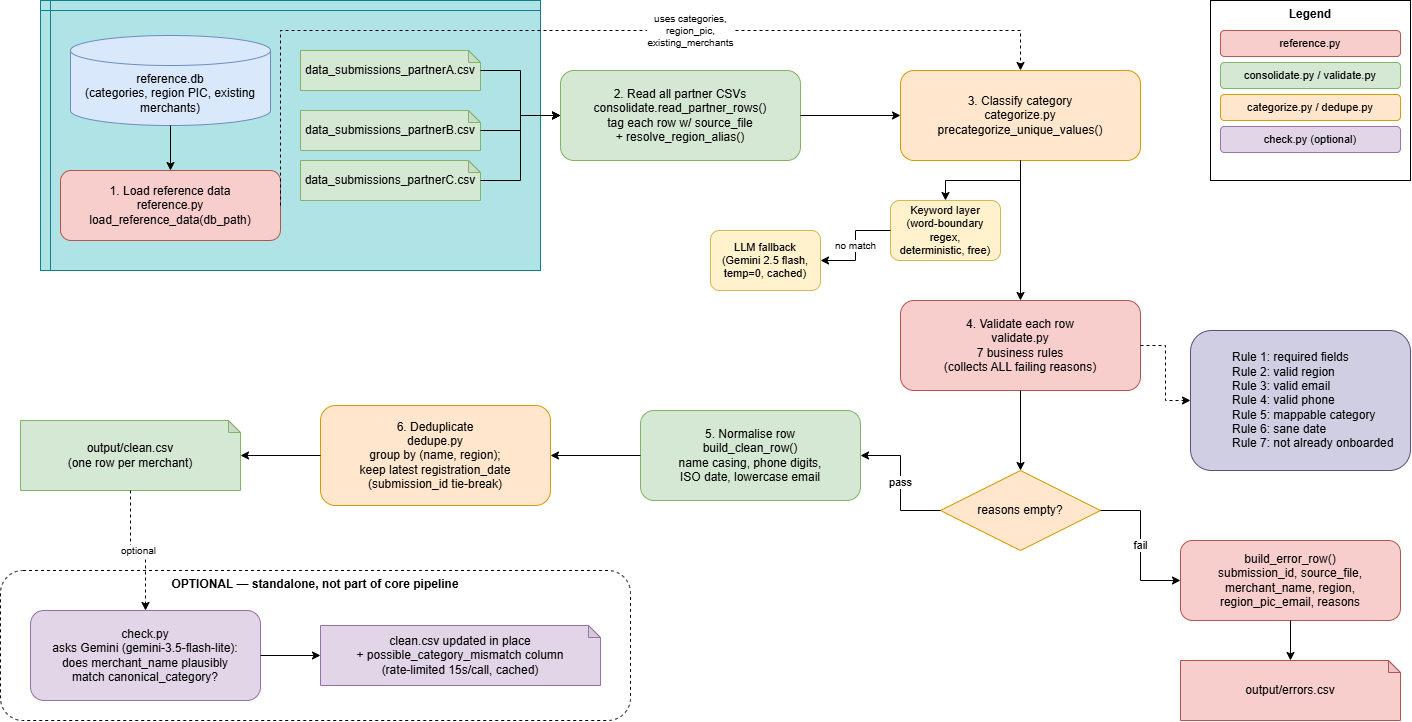
benlim2002/merch-consolidate keeps this draw.io diagram as images/workflow.png. Above is the earlier version. Source tidied: cells renumbered, new cells last; positions are measured from the earlier drawing's top-left corner, leaving out a move shared by most shapes.
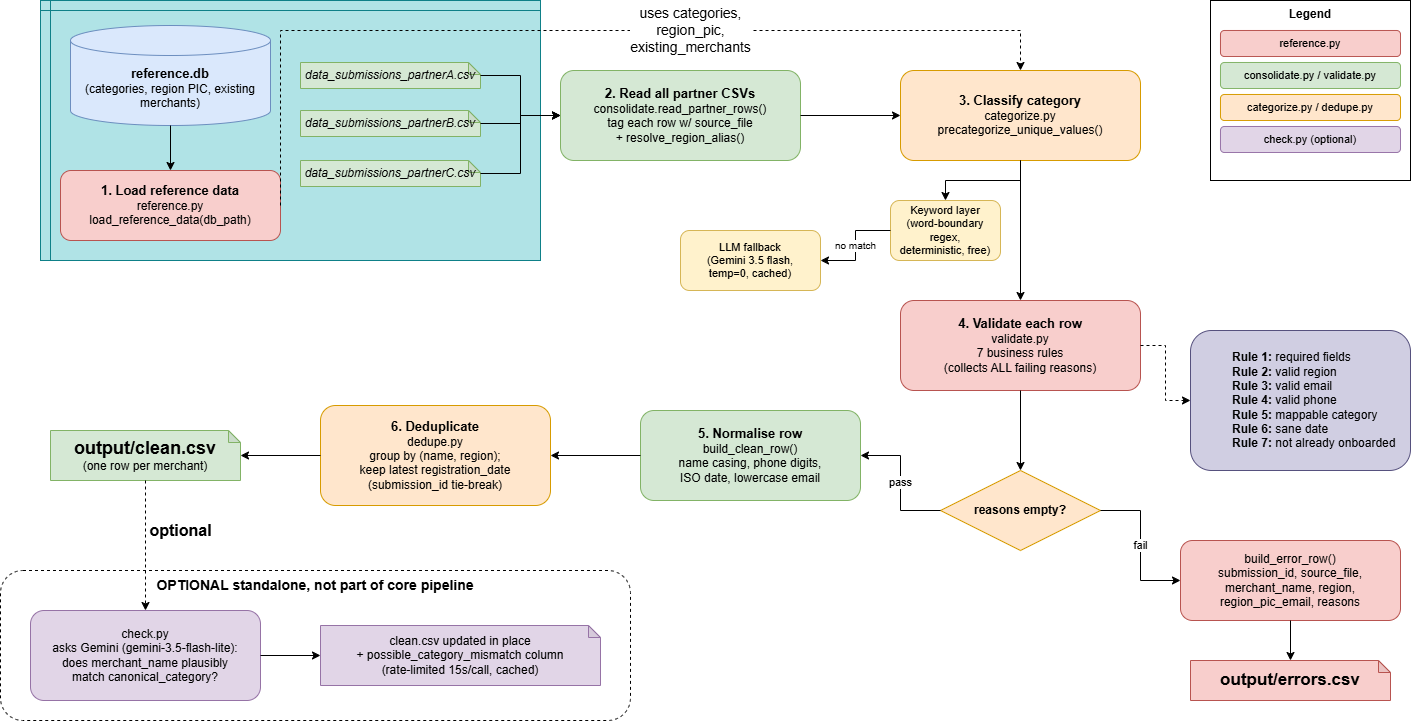
The same file after the commit.

Commit message:
Updated Workflow Structure for visibility.

Diff of the diagram source:
```diff
@@ -3,34 +3,34 @@
     <mxCell id="0" />
     <mxCell id="1" parent="0" />
     <mxCell id="2" style="shape=internalStorage;whiteSpace=wrap;html=1;backgroundOutline=1;fillColor=#b0e3e6;strokeColor=#0e8088;dx=10;dy=10;" parent="1" vertex="1">
-      <mxGeometry x="40" width="500" height="270" as="geometry" />
+      <mxGeometry x="40" width="500" height="260" as="geometry" />
     </mxCell>
-    <mxCell id="3" value="reference.db&#10;(categories, region PIC, existing merchants)" style="shape=cylinder3;whiteSpace=wrap;html=1;boundedLbl=1;backgroundOutline=1;size=15;fillColor=#dae8fc;strokeColor=#6c8ebf;" parent="1" vertex="1">
-      <mxGeometry x="70" y="35" width="200" height="90" as="geometry" />
+    <mxCell id="3" value="&lt;font style=&quot;font-size: 13px;&quot;&gt;&lt;b&gt;reference.db&lt;/b&gt;&lt;br&gt;&lt;/font&gt;(categories, region PIC, existing merchants)" style="shape=cylinder3;whiteSpace=wrap;html=1;boundedLbl=1;backgroundOutline=1;size=15;fillColor=#dae8fc;strokeColor=#6c8ebf;" parent="1" vertex="1">
+      <mxGeometry x="70" y="25" width="200" height="100" as="geometry" />
     </mxCell>
-    <mxCell id="4" value="data_submissions_partnerA.csv" style="shape=note;whiteSpace=wrap;html=1;backgroundOutline=1;darkOpacity=0.05;fillColor=#d5e8d4;strokeColor=#82b366;size=12;" parent="1" vertex="1">
-      <mxGeometry x="300" y="50" width="180" height="40" as="geometry" />
+    <mxCell id="4" value="&lt;i style=&quot;&quot;&gt;data_submissions_partnerA.csv&lt;/i&gt;" style="shape=note;whiteSpace=wrap;html=1;backgroundOutline=1;darkOpacity=0.05;fillColor=#d5e8d4;strokeColor=#82b366;size=12;" parent="1" vertex="1">
+      <mxGeometry x="300" y="62" width="180" height="26" as="geometry" />
     </mxCell>
-    <mxCell id="5" value="data_submissions_partnerB.csv" style="shape=note;whiteSpace=wrap;html=1;backgroundOutline=1;darkOpacity=0.05;fillColor=#d5e8d4;strokeColor=#82b366;size=12;" parent="1" vertex="1">
-      <mxGeometry x="300" y="110" width="180" height="40" as="geometry" />
+    <mxCell id="5" value="&lt;i&gt;data_submissions_partnerB.csv&lt;/i&gt;" style="shape=note;whiteSpace=wrap;html=1;backgroundOutline=1;darkOpacity=0.05;fillColor=#d5e8d4;strokeColor=#82b366;size=12;" parent="1" vertex="1">
+      <mxGeometry x="300" y="110" width="180" height="26" as="geometry" />
     </mxCell>
-    <mxCell id="6" value="data_submissions_partnerC.csv" style="shape=note;whiteSpace=wrap;html=1;backgroundOutline=1;darkOpacity=0.05;fillColor=#d5e8d4;strokeColor=#82b366;size=12;" parent="1" vertex="1">
-      <mxGeometry x="300" y="160" width="180" height="40" as="geometry" />
+    <mxCell id="6" value="&lt;i&gt;data_submissions_partnerC.csv&lt;/i&gt;" style="shape=note;whiteSpace=wrap;html=1;backgroundOutline=1;darkOpacity=0.05;fillColor=#d5e8d4;strokeColor=#82b366;size=12;" parent="1" vertex="1">
+      <mxGeometry x="300" y="160" width="180" height="26" as="geometry" />
     </mxCell>
-    <mxCell id="7" value="1. Load reference data&#10;reference.py&#10;load_reference_data(db_path)" style="rounded=1;whiteSpace=wrap;html=1;fillColor=#f8cecc;strokeColor=#b85450;" parent="1" vertex="1">
+    <mxCell id="7" value="&lt;font style=&quot;font-size: 13px;&quot;&gt;&lt;b&gt;1. Load reference data&lt;/b&gt;&lt;br&gt;&lt;/font&gt;reference.py&lt;br&gt;load_reference_data(db_path)" style="rounded=1;whiteSpace=wrap;html=1;fillColor=#f8cecc;strokeColor=#b85450;" parent="1" vertex="1">
       <mxGeometry x="60" y="170" width="220" height="70" as="geometry" />
     </mxCell>
-    <mxCell id="8" value="2. Read all partner CSVs&#10;consolidate.read_partner_rows()&#10;tag each row w/ source_file&#10;+ resolve_region_alias()" style="rounded=1;whiteSpace=wrap;html=1;fillColor=#d5e8d4;strokeColor=#82b366;" parent="1" vertex="1">
+    <mxCell id="8" value="&lt;font style=&quot;font-size: 13px;&quot;&gt;&lt;b&gt;2. Read all partner CSVs&lt;/b&gt;&lt;br&gt;&lt;/font&gt;consolidate.read_partner_rows()&lt;br&gt;tag each row w/ source_file&lt;br&gt;+ resolve_region_alias()" style="rounded=1;whiteSpace=wrap;html=1;fillColor=#d5e8d4;strokeColor=#82b366;" parent="1" vertex="1">
       <mxGeometry x="560" y="70" width="240" height="90" as="geometry" />
     </mxCell>
-    <mxCell id="9" value="3. Classify category&#10;categorize.py&#10;precategorize_unique_values()" style="rounded=1;whiteSpace=wrap;html=1;fillColor=#ffe6cc;strokeColor=#d79b00;" parent="1" vertex="1">
+    <mxCell id="9" value="&lt;b&gt;&lt;font style=&quot;font-size: 13px;&quot;&gt;3. Classify category&lt;/font&gt;&lt;/b&gt;&lt;br&gt;categorize.py&lt;br&gt;precategorize_unique_values()" style="rounded=1;whiteSpace=wrap;html=1;fillColor=#ffe6cc;strokeColor=#d79b00;" parent="1" vertex="1">
       <mxGeometry x="900" y="70" width="240" height="90" as="geometry" />
     </mxCell>
     <mxCell id="10" value="Keyword layer&#10;(word-boundary regex,&#10;deterministic, free)" style="rounded=1;whiteSpace=wrap;html=1;fillColor=#fff2cc;strokeColor=#d6b656;fontSize=11;" parent="1" vertex="1">
       <mxGeometry x="890" y="200" width="110" height="60" as="geometry" />
     </mxCell>
-    <mxCell id="11" value="LLM fallback&#10;(Gemini 2.5 flash,&#10;temp=0, cached)" style="rounded=1;whiteSpace=wrap;html=1;fillColor=#fff2cc;strokeColor=#d6b656;fontSize=11;" parent="1" vertex="1">
-      <mxGeometry x="710" y="230" width="110" height="60" as="geometry" />
+    <mxCell id="11" value="LLM fallback&lt;br&gt;(Gemini 3.5 flash,&lt;br&gt;temp=0, cached)" style="rounded=1;whiteSpace=wrap;html=1;fillColor=#fff2cc;strokeColor=#d6b656;fontSize=11;" parent="1" vertex="1">
+      <mxGeometry x="680" y="230" width="140" height="60" as="geometry" />
     </mxCell>
     <mxCell id="12" style="edgeStyle=orthogonalEdgeStyle;rounded=0;html=1;" parent="1" edge="1" source="9" target="10">
       <mxGeometry relative="1" as="geometry" />
@@ -38,34 +38,34 @@
     <mxCell id="13" value="no match" style="edgeStyle=orthogonalEdgeStyle;rounded=0;html=1;fontSize=10;" parent="1" edge="1" source="10" target="11">
       <mxGeometry relative="1" as="geometry" />
     </mxCell>
-    <mxCell id="14" value="4. Validate each row&#10;validate.py&#10;7 business rules&#10;(collects ALL failing reasons)" style="rounded=1;whiteSpace=wrap;html=1;fillColor=#f8cecc;strokeColor=#b85450;" parent="1" vertex="1">
+    <mxCell id="14" value="&lt;b&gt;&lt;font style=&quot;font-size: 13px;&quot;&gt;4. Validate each row&lt;/font&gt;&lt;/b&gt;&lt;br&gt;validate.py&lt;br&gt;7 business rules&lt;br&gt;(collects ALL failing reasons)" style="rounded=1;whiteSpace=wrap;html=1;fillColor=#f8cecc;strokeColor=#b85450;" parent="1" vertex="1">
       <mxGeometry x="900" y="300" width="240" height="90" as="geometry" />
     </mxCell>
-    <mxCell id="15" value="&lt;blockquote style=&quot;margin: 0px 0px 0px 40px; border-width: medium; border-style: none; border-color: currentcolor; border-image: none; padding: 0px;&quot;&gt;&lt;div style=&quot;&quot;&gt;&lt;span style=&quot;background-color: transparent; color: light-dark(rgb(0, 0, 0), rgb(255, 255, 255));&quot;&gt;&lt;font style=&quot;font-size: 12px;&quot;&gt;Rule 1: required fields&lt;/font&gt;&lt;/span&gt;&lt;/div&gt;&lt;font style=&quot;font-size: 12px;&quot;&gt;&lt;font style=&quot;&quot;&gt;&lt;div style=&quot;&quot;&gt;&lt;span style=&quot;background-color: transparent; color: light-dark(rgb(0, 0, 0), rgb(255, 255, 255));&quot;&gt;Rule 2: valid region&lt;/span&gt;&lt;/div&gt;&lt;/font&gt;&lt;font style=&quot;&quot;&gt;&lt;div style=&quot;&quot;&gt;&lt;span style=&quot;background-color: transparent; color: light-dark(rgb(0, 0, 0), rgb(255, 255, 255));&quot;&gt;Rule 3: valid email&lt;/span&gt;&lt;/div&gt;&lt;/font&gt;&lt;font style=&quot;&quot;&gt;&lt;div style=&quot;&quot;&gt;&lt;span style=&quot;background-color: transparent; color: light-dark(rgb(0, 0, 0), rgb(255, 255, 255));&quot;&gt;Rule 4: valid phone&lt;/span&gt;&lt;/div&gt;&lt;/font&gt;&lt;font style=&quot;&quot;&gt;&lt;div style=&quot;&quot;&gt;&lt;span style=&quot;background-color: transparent; color: light-dark(rgb(0, 0, 0), rgb(255, 255, 255));&quot;&gt;Rule 5: mappable category&lt;/span&gt;&lt;/div&gt;&lt;/font&gt;&lt;font style=&quot;&quot;&gt;&lt;div style=&quot;&quot;&gt;&lt;span style=&quot;background-color: transparent; color: light-dark(rgb(0, 0, 0), rgb(255, 255, 255));&quot;&gt;Rule 6: sane date&lt;/span&gt;&lt;/div&gt;&lt;/font&gt;&lt;font style=&quot;&quot;&gt;&lt;div style=&quot;&quot;&gt;&lt;span style=&quot;background-color: transparent; color: light-dark(rgb(0, 0, 0), rgb(255, 255, 255));&quot;&gt;Rule 7: not already onboarded&lt;/span&gt;&lt;/div&gt;&lt;/font&gt;&lt;/font&gt;&lt;/blockquote&gt;" style="rounded=1;whiteSpace=wrap;html=1;fillColor=#d0cee2;strokeColor=#56517e;align=left;fontSize=10;" parent="1" vertex="1">
+    <mxCell id="15" value="&lt;blockquote style=&quot;margin: 0px 0px 0px 40px; border-width: medium; border-style: none; border-color: currentcolor; border-image: none; padding: 0px;&quot;&gt;&lt;div style=&quot;&quot;&gt;&lt;span style=&quot;background-color: transparent; color: light-dark(rgb(0, 0, 0), rgb(255, 255, 255));&quot;&gt;&lt;font style=&quot;font-size: 12px;&quot;&gt;&lt;b&gt;Rule 1:&lt;/b&gt; required fields&lt;/font&gt;&lt;/span&gt;&lt;/div&gt;&lt;font style=&quot;font-size: 12px;&quot;&gt;&lt;font style=&quot;&quot;&gt;&lt;div style=&quot;&quot;&gt;&lt;span style=&quot;background-color: transparent; color: light-dark(rgb(0, 0, 0), rgb(255, 255, 255));&quot;&gt;&lt;b&gt;Rule 2:&lt;/b&gt; valid region&lt;/span&gt;&lt;/div&gt;&lt;/font&gt;&lt;font style=&quot;&quot;&gt;&lt;div style=&quot;&quot;&gt;&lt;span style=&quot;background-color: transparent; color: light-dark(rgb(0, 0, 0), rgb(255, 255, 255));&quot;&gt;&lt;b&gt;Rule 3:&lt;/b&gt; valid email&lt;/span&gt;&lt;/div&gt;&lt;/font&gt;&lt;font style=&quot;&quot;&gt;&lt;div style=&quot;&quot;&gt;&lt;span style=&quot;background-color: transparent; color: light-dark(rgb(0, 0, 0), rgb(255, 255, 255));&quot;&gt;&lt;b&gt;Rule 4: &lt;/b&gt;valid phone&lt;/span&gt;&lt;/div&gt;&lt;/font&gt;&lt;font style=&quot;&quot;&gt;&lt;div style=&quot;&quot;&gt;&lt;span style=&quot;background-color: transparent; color: light-dark(rgb(0, 0, 0), rgb(255, 255, 255));&quot;&gt;&lt;b&gt;Rule 5: &lt;/b&gt;mappable category&lt;/span&gt;&lt;/div&gt;&lt;/font&gt;&lt;font style=&quot;&quot;&gt;&lt;div style=&quot;&quot;&gt;&lt;span style=&quot;background-color: transparent; color: light-dark(rgb(0, 0, 0), rgb(255, 255, 255));&quot;&gt;&lt;b&gt;Rule 6:&lt;/b&gt; sane date&lt;/span&gt;&lt;/div&gt;&lt;/font&gt;&lt;font style=&quot;&quot;&gt;&lt;div style=&quot;&quot;&gt;&lt;span style=&quot;background-color: transparent; color: light-dark(rgb(0, 0, 0), rgb(255, 255, 255));&quot;&gt;&lt;b&gt;Rule 7:&lt;/b&gt; not already onboarded&lt;/span&gt;&lt;/div&gt;&lt;/font&gt;&lt;/font&gt;&lt;/blockquote&gt;" style="rounded=1;whiteSpace=wrap;html=1;fillColor=#d0cee2;strokeColor=#56517e;align=left;fontSize=10;" parent="1" vertex="1">
       <mxGeometry x="1190" y="330" width="220" height="140" as="geometry" />
     </mxCell>
     <mxCell id="16" style="edgeStyle=orthogonalEdgeStyle;rounded=0;html=1;dashed=1;" parent="1" edge="1" source="14" target="15">
       <mxGeometry relative="1" as="geometry" />
     </mxCell>
-    <mxCell id="17" value="reasons empty?" style="rhombus;whiteSpace=wrap;html=1;fillColor=#ffe6cc;strokeColor=#d79b00;" parent="1" vertex="1">
+    <mxCell id="17" value="&lt;b&gt;reasons empty?&lt;/b&gt;" style="rhombus;whiteSpace=wrap;html=1;fillColor=#ffe6cc;strokeColor=#d79b00;" parent="1" vertex="1">
       <mxGeometry x="940" y="470" width="160" height="80" as="geometry" />
     </mxCell>
     <mxCell id="18" value="build_error_row()&#10;submission_id, source_file,&#10;merchant_name, region,&#10;region_pic_email, reasons" style="rounded=1;whiteSpace=wrap;html=1;fillColor=#f8cecc;strokeColor=#b85450;" parent="1" vertex="1">
       <mxGeometry x="1180" y="540" width="220" height="80" as="geometry" />
     </mxCell>
-    <mxCell id="19" value="output/errors.csv" style="shape=note;whiteSpace=wrap;html=1;backgroundOutline=1;darkOpacity=0.05;fillColor=#f8cecc;strokeColor=#b85450;size=12;" parent="1" vertex="1">
-      <mxGeometry x="1180" y="660" width="220" height="60" as="geometry" />
+    <mxCell id="19" value="&lt;b&gt;&lt;font style=&quot;font-size: 17px;&quot;&gt;output/errors.csv&lt;/font&gt;&lt;/b&gt;" style="shape=note;whiteSpace=wrap;html=1;backgroundOutline=1;darkOpacity=0.05;fillColor=#f8cecc;strokeColor=#b85450;size=12;" parent="1" vertex="1">
+      <mxGeometry x="1190" y="660" width="200" height="40" as="geometry" />
     </mxCell>
-    <mxCell id="20" value="5. Normalise row&#10;build_clean_row()&#10;name casing, phone digits,&#10;ISO date, lowercase email" style="rounded=1;whiteSpace=wrap;html=1;fillColor=#d5e8d4;strokeColor=#82b366;" parent="1" vertex="1">
+    <mxCell id="20" value="&lt;b&gt;&lt;font style=&quot;font-size: 13px;&quot;&gt;5. Normalise row&lt;/font&gt;&lt;/b&gt;&lt;br&gt;build_clean_row()&lt;br&gt;name casing, phone digits,&lt;br&gt;ISO date, lowercase email" style="rounded=1;whiteSpace=wrap;html=1;fillColor=#d5e8d4;strokeColor=#82b366;" parent="1" vertex="1">
       <mxGeometry x="640" y="410" width="220" height="90" as="geometry" />
     </mxCell>
-    <mxCell id="21" value="6. Deduplicate&#10;dedupe.py&#10;group by (name, region);&#10;keep latest registration_date&#10;(submission_id tie-break)" style="rounded=1;whiteSpace=wrap;html=1;fillColor=#ffe6cc;strokeColor=#d79b00;" parent="1" vertex="1">
+    <mxCell id="21" value="&lt;b&gt;&lt;font style=&quot;font-size: 13px;&quot;&gt;6. Deduplicate&lt;/font&gt;&lt;/b&gt;&lt;br&gt;dedupe.py&lt;br&gt;group by (name, region);&lt;br&gt;keep latest registration_date&lt;br&gt;(submission_id tie-break)" style="rounded=1;whiteSpace=wrap;html=1;fillColor=#ffe6cc;strokeColor=#d79b00;" parent="1" vertex="1">
       <mxGeometry x="320" y="405" width="230" height="100" as="geometry" />
     </mxCell>
-    <mxCell id="22" value="output/clean.csv&#10;(one row per merchant)" style="shape=note;whiteSpace=wrap;html=1;backgroundOutline=1;darkOpacity=0.05;fillColor=#d5e8d4;strokeColor=#82b366;size=12;" parent="1" vertex="1">
-      <mxGeometry x="20" y="420" width="220" height="70" as="geometry" />
+    <mxCell id="22" value="&lt;b&gt;&lt;font style=&quot;font-size: 18px;&quot;&gt;output/clean.csv&lt;/font&gt;&lt;/b&gt;&lt;br&gt;(one row per merchant)" style="shape=note;whiteSpace=wrap;html=1;backgroundOutline=1;darkOpacity=0.05;fillColor=#d5e8d4;strokeColor=#82b366;size=12;" parent="1" vertex="1">
+      <mxGeometry x="50" y="430" width="190" height="50" as="geometry" />
     </mxCell>
-    <mxCell id="23" value="OPTIONAL — standalone, not part of core pipeline" style="rounded=1;whiteSpace=wrap;html=1;dashed=1;verticalAlign=top;fontStyle=1;fontSize=12;" parent="1" vertex="1">
+    <mxCell id="23" value="&lt;font style=&quot;font-size: 14px;&quot;&gt;OPTIONAL standalone, not part of core pipeline&lt;/font&gt;" style="rounded=1;whiteSpace=wrap;html=1;dashed=1;verticalAlign=top;fontStyle=1;fontSize=12;" parent="1" vertex="1">
       <mxGeometry y="570" width="630" height="150" as="geometry" />
     </mxCell>
     <mxCell id="24" value="check.py&#10;asks Gemini (gemini-3.5-flash-lite):&#10;does merchant_name plausibly&#10;match canonical_category?" style="rounded=1;whiteSpace=wrap;html=1;fillColor=#e1d5e7;strokeColor=#9673a6;" parent="1" vertex="1">
@@ -86,7 +86,7 @@
     <mxCell id="29" style="edgeStyle=orthogonalEdgeStyle;rounded=0;html=1;entryX=0;entryY=0.5;entryDx=0;entryDy=0;" parent="1" edge="1" source="6" target="8">
       <mxGeometry relative="1" as="geometry">
         <Array as="points">
-          <mxPoint x="520" y="180" />
+          <mxPoint x="520" y="173" />
           <mxPoint x="520" y="115" />
         </Array>
       </mxGeometry>
@@ -97,7 +97,7 @@
     <mxCell id="31" style="edgeStyle=orthogonalEdgeStyle;rounded=0;html=1;" parent="1" edge="1" source="9" target="14">
       <mxGeometry relative="1" as="geometry" />
     </mxCell>
-    <mxCell id="32" value="uses categories,&#10;region_pic,&#10;existing_merchants" style="edgeStyle=orthogonalEdgeStyle;rounded=0;html=1;dashed=1;fontSize=10;exitX=1;exitY=0.5;entryX=0.5;entryY=0;entryDx=0;entryDy=0;" parent="1" edge="1" source="7" target="9">
+    <mxCell id="32" value="&lt;font style=&quot;font-size: 14px;&quot;&gt;uses categories,&lt;br&gt;region_pic,&lt;br&gt;existing_merchants&lt;/font&gt;" style="edgeStyle=orthogonalEdgeStyle;rounded=0;html=1;dashed=1;fontSize=10;exitX=1;exitY=0.5;entryX=0.5;entryY=0;entryDx=0;entryDy=0;" parent="1" edge="1" source="7" target="9">
       <mxGeometry x="0.23" relative="1" as="geometry">
         <Array as="points">
           <mxPoint x="280" y="30" />
@@ -123,8 +123,8 @@
     <mxCell id="38" style="edgeStyle=orthogonalEdgeStyle;rounded=0;html=1;" parent="1" edge="1" source="21" target="22">
       <mxGeometry relative="1" as="geometry" />
     </mxCell>
-    <mxCell id="39" value="optional" style="edgeStyle=orthogonalEdgeStyle;rounded=0;html=1;dashed=1;fontSize=10;" parent="1" edge="1" source="22" target="24">
-      <mxGeometry relative="1" as="geometry" />
+    <mxCell id="39" value="&lt;font style=&quot;font-size: 16px;&quot;&gt;&lt;b&gt;optional&lt;/b&gt;&lt;/font&gt;" style="edgeStyle=orthogonalEdgeStyle;rounded=0;html=1;dashed=1;fontSize=10;" parent="1" edge="1" source="22" target="24">
+      <mxGeometry x="-0.23" y="35" relative="1" as="geometry" />
     </mxCell>
     <mxCell id="40" style="edgeStyle=orthogonalEdgeStyle;rounded=0;html=1;" parent="1" edge="1" source="24" target="25">
       <mxGeometry relative="1" as="geometry" />
```
